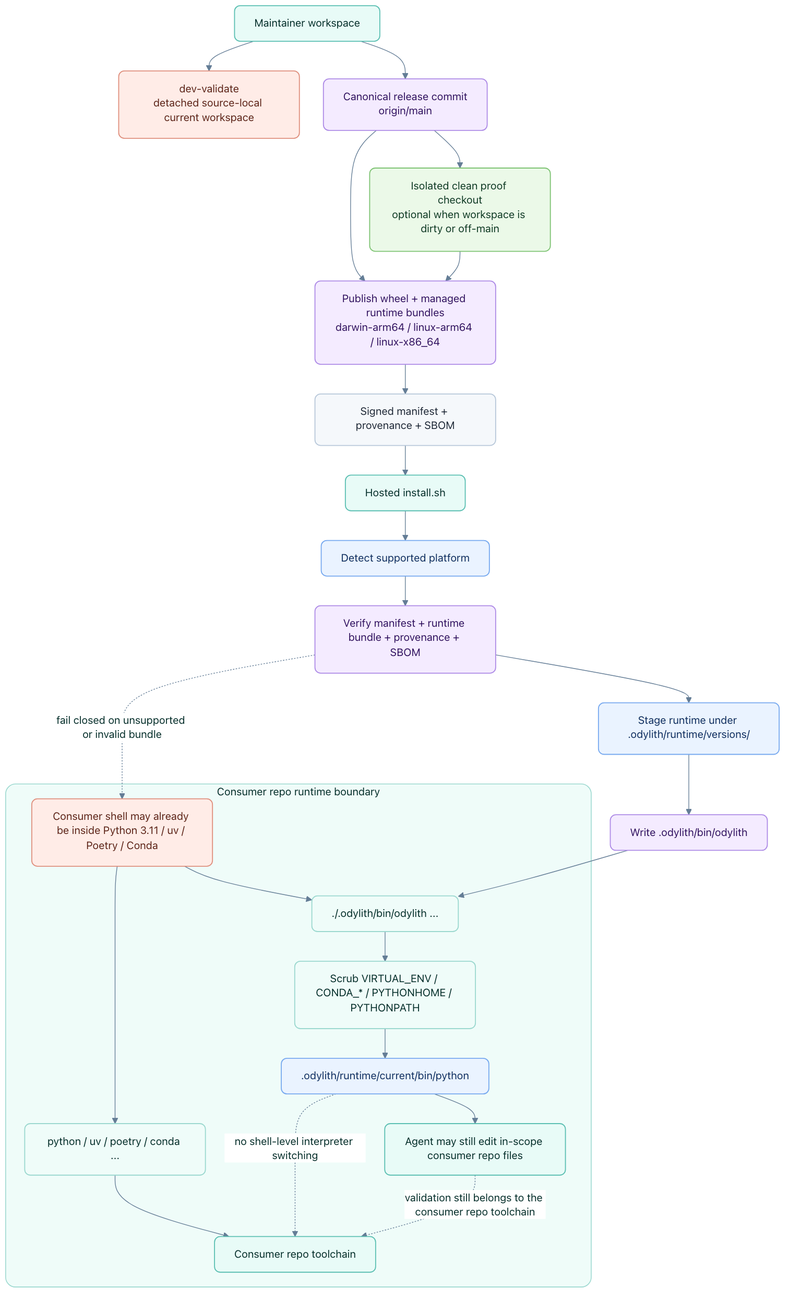
Before: odylith/atlas/source/odylith-managed-runtime-release-and-install-flow.png, a diagram exported from Mermaid (odylith/odylith). Its source is kept beside it as odylith/atlas/source/odylith-managed-runtime-release-and-install-flow.mmd.
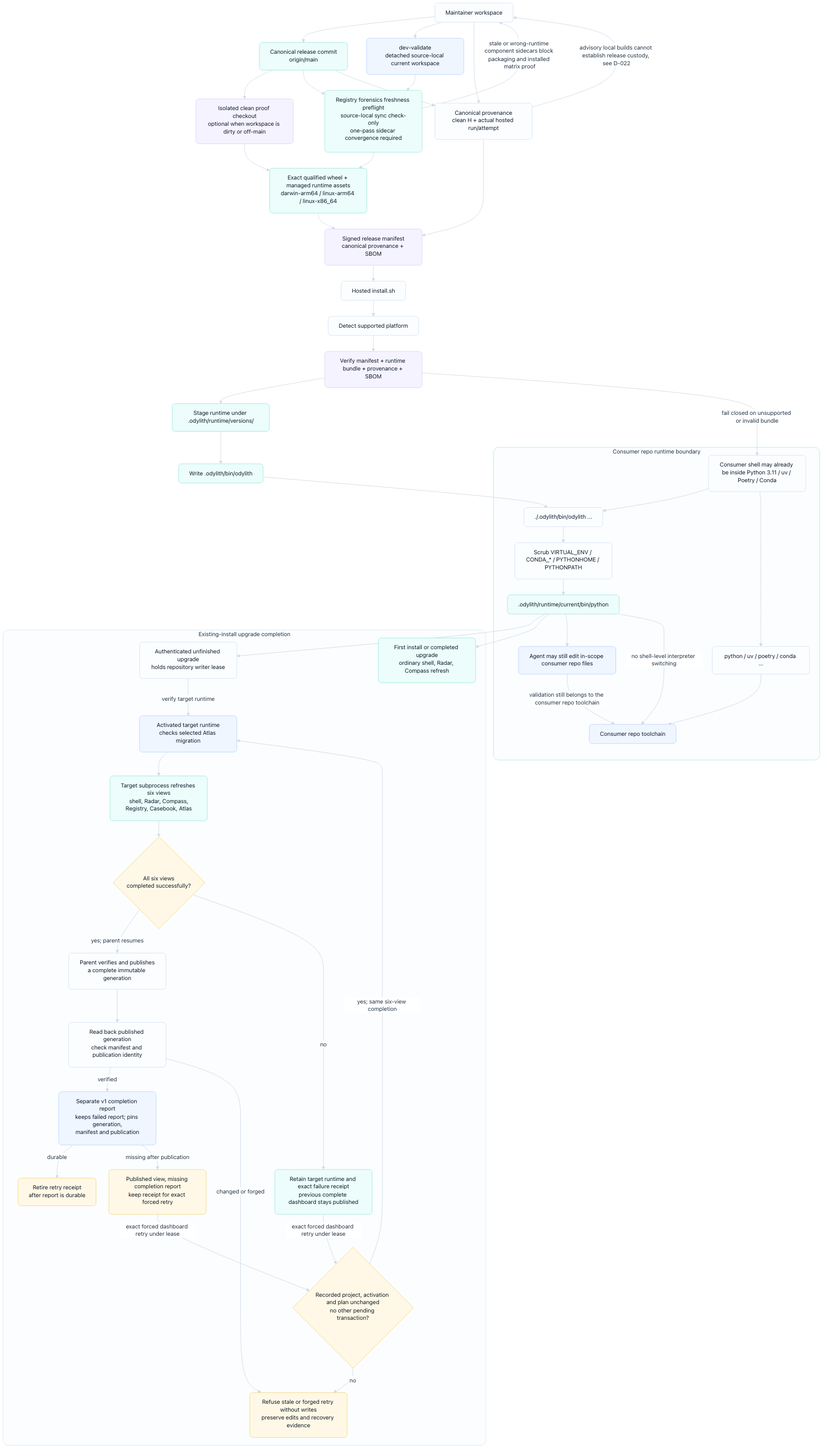
The same diagram one commit later.

Change to the diagram source:
```diff
@@ -1,10 +1,12 @@
 flowchart TD
     maintainer["Maintainer workspace"]
     devvalidate["dev-validate<br/>detached source-local current workspace"]
+    forensicpreflight["Registry forensics freshness preflight<br/>source-local sync check-only<br/>one-pass sidecar convergence required"]
     canonical["Canonical release commit<br/>origin/main"]
     proof["Isolated clean proof checkout<br/>optional when workspace is dirty or off-main"]
-    bundles["Publish wheel + managed runtime bundles<br/>darwin-arm64 / linux-arm64 / linux-x86_64"]
-    manifest["Signed manifest + provenance + SBOM"]
+    bundles["Exact qualified wheel + managed runtime assets<br/>darwin-arm64 / linux-arm64 / linux-x86_64"]
+    localprov["Canonical provenance<br/>clean H + actual hosted run/attempt"]
+    manifest["Signed release manifest<br/>canonical provenance + SBOM"]
     install["Hosted install.sh"]
     detect["Detect supported platform"]
     verify["Verify manifest + runtime bundle + provenance + SBOM"]
@@ -21,17 +23,54 @@
         consumer_rt["Consumer repo toolchain"]
     end
 
+    subgraph upgrade_completion["Existing-install upgrade completion"]
+        upgrade_parent["Authenticated unfinished upgrade<br/>holds repository writer lease"]
+        target_render["Activated target runtime<br/>checks selected Atlas migration"]
+        render_leaves["Target subprocess refreshes six views<br/>shell, Radar, Compass,<br/>Registry, Casebook, Atlas"]
+        complete_render{"All six views<br/>completed successfully?"}
+        publish_ready["Parent verifies and publishes<br/>a complete immutable generation"]
+        readback["Read back published generation<br/>check manifest and publication identity"]
+        completion_report["Separate v1 completion report<br/>keeps failed report; pins generation,<br/>manifest and publication"]
+        receipt_retired["Retire retry receipt<br/>after report is durable"]
+        report_missing["Published view, missing completion report<br/>keep receipt for exact forced retry"]
+        render_failure["Retain target runtime and exact failure receipt<br/>previous complete dashboard stays published"]
+        retry_check{"Recorded project, activation and plan unchanged<br/>no other pending transaction?"}
+        retry_refused["Refuse stale or forged retry without writes<br/>preserve edits and recovery evidence"]
+        ordinary_refresh["First install or completed upgrade<br/>ordinary shell, Radar, Compass refresh"]
+    end
+
     maintainer --> canonical
     maintainer --> devvalidate
+    devvalidate --> forensicpreflight
+    maintainer --> localprov
     canonical --> proof
-    canonical --> bundles
+    canonical --> forensicpreflight
+    canonical --> localprov
+    forensicpreflight --> bundles
     proof --> bundles
     bundles --> manifest
+    localprov --> manifest
     manifest --> install
     install --> detect
     detect --> verify
     verify --> stage
     stage --> launcher
+    managed --> upgrade_parent
+    managed --> ordinary_refresh
+    upgrade_parent -->|verify target runtime| target_render
+    target_render --> render_leaves
+    render_leaves --> complete_render
+    complete_render -->|yes; parent resumes| publish_ready
+    complete_render -->|no| render_failure
+    publish_ready --> readback
+    readback -->|verified| completion_report
+    readback -->|changed or forged| retry_refused
+    completion_report -->|durable| receipt_retired
+    completion_report -->|missing after publication| report_missing
+    render_failure -->|exact forced dashboard retry under lease| retry_check
+    report_missing -->|exact forced dashboard retry under lease| retry_check
+    retry_check -->|yes; same six-view completion| target_render
+    retry_check -->|no| retry_refused
 
     shell --> odylith_cmd
     shell --> consumer_cmd
@@ -41,6 +80,8 @@
     managed --> repo_files
     consumer_cmd --> consumer_rt
 
+    localprov -. advisory local builds cannot establish release custody, see D-022 .-> maintainer
+    forensicpreflight -. stale or wrong-runtime component sidecars block packaging and installed matrix proof .-> maintainer
     verify -. fail closed on unsupported or invalid bundle .-> shell
     managed -. no shell-level interpreter switching .-> consumer_rt
     repo_files -. validation still belongs to the consumer repo toolchain .-> consumer_rt
```
